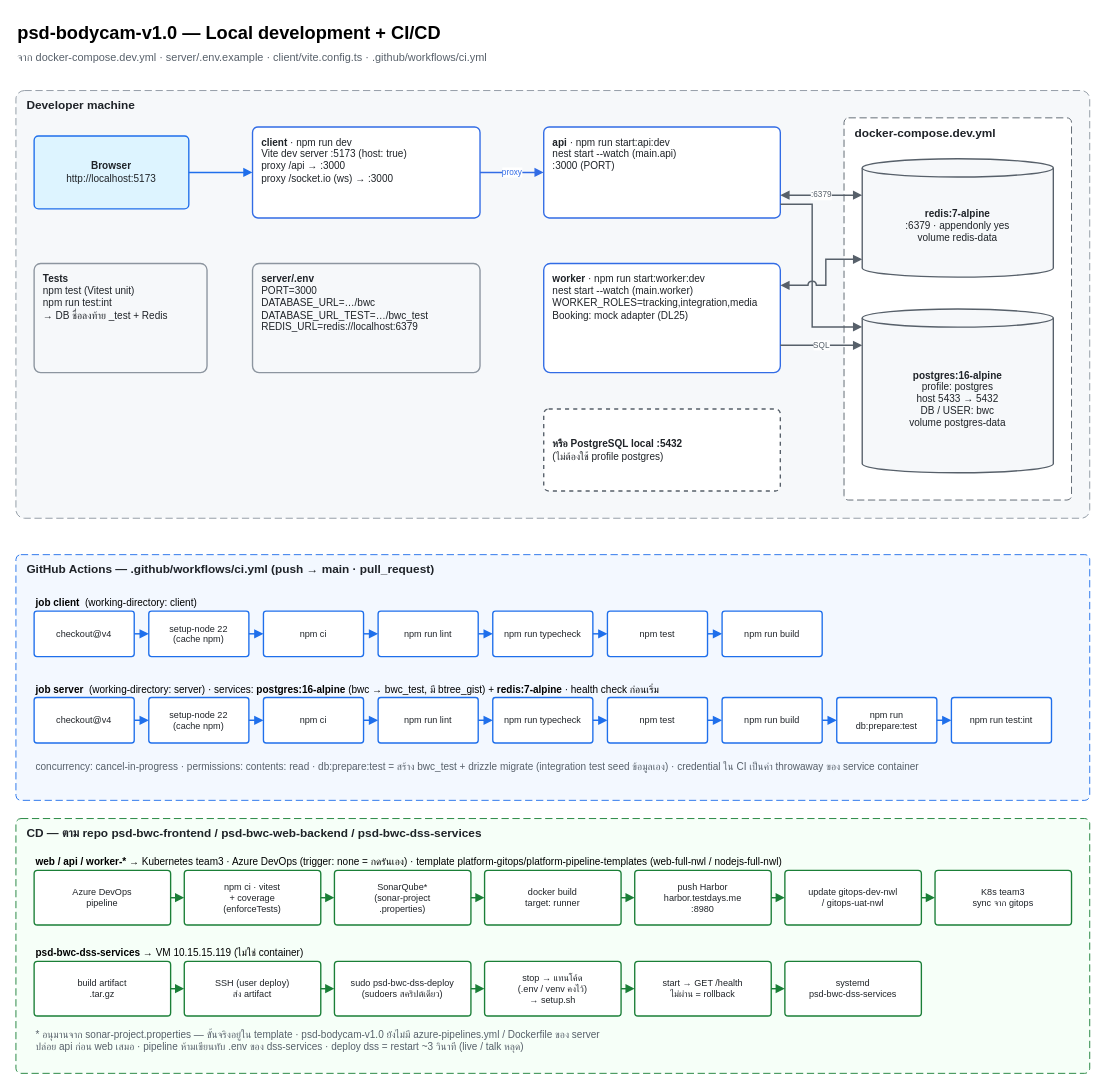
The draw.io diagram page "Local dev + CI/CD" (2 of 2) of docs/diagrams/infrastructure.drawio in b-werayut/psd-bodycam-v1.0, before the edit. Source tidied: cells renumbered, new cells numbered last; positions are measured from the earlier drawing's top-left corner, leaving out a move shared by most shapes. Both pictures are drawn from the tidied source at 91%, with x=0, y=0 at pixel (15, 15).
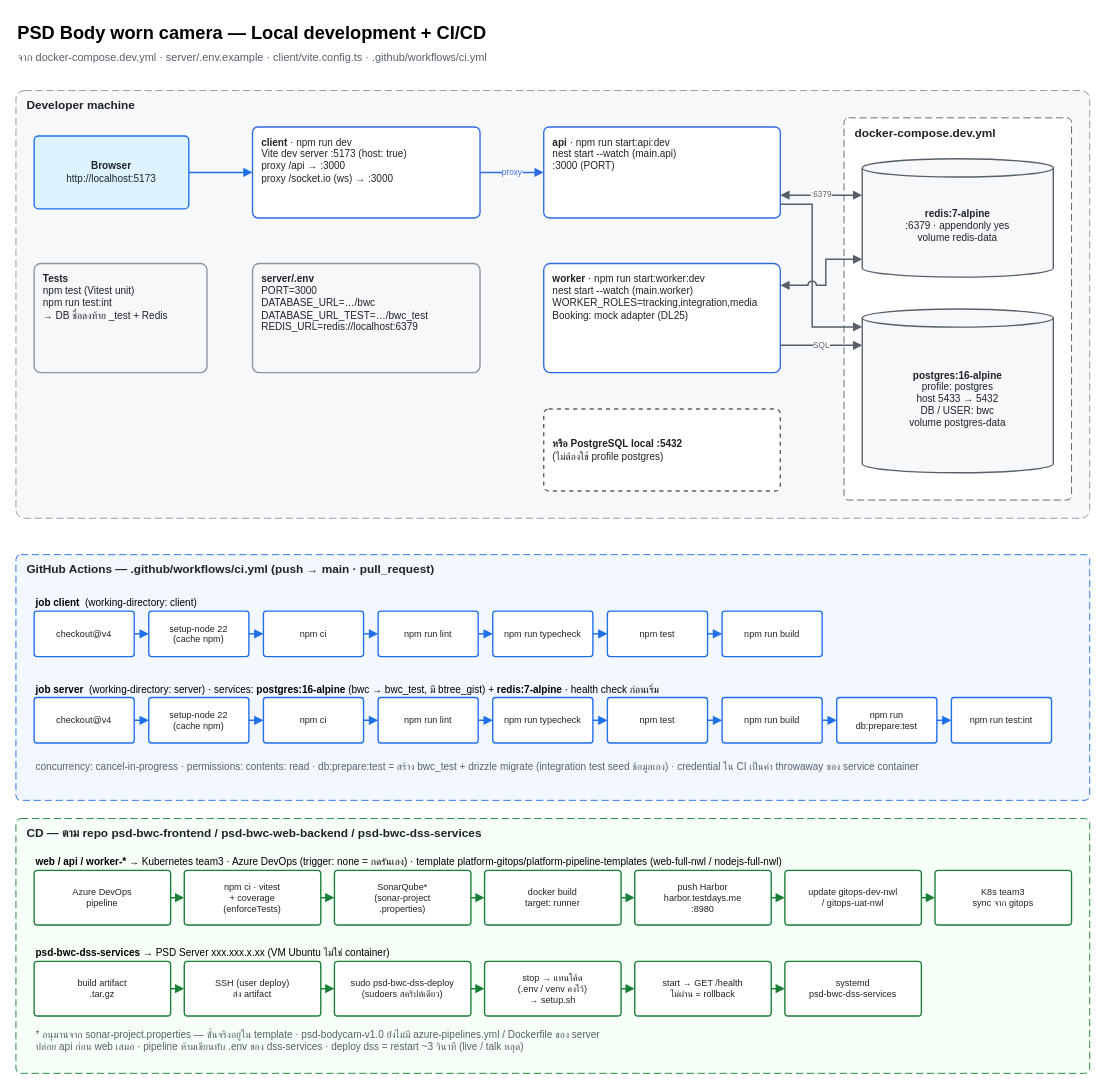
Above is the later version.

The change refers to these unchanged cells:
```xml
<mxCell id="55" value="CD — ตาม repo psd-bwc-frontend / psd-bwc-web-backend / psd-bwc-dss-services" style="rounded=1;arcSize=2;whiteSpace=wrap;html=1;dashed=1;dashPattern=8 4;verticalAlign=top;align=left;spacingLeft=10;spacingTop=2;fontStyle=1;fontSize=13;fontColor=#1F2328;fillColor=#F6FFF8;strokeColor=#1A7F37;" parent="1" vertex="1">
  <mxGeometry y="882" width="1180" height="280" as="geometry" />
</mxCell>
```

Change to the diagram source:
```diff
@@
-    <mxCell id="2" value="&lt;b&gt;psd-bodycam-v1.0 — Local development + CI/CD&lt;/b&gt;" style="text;html=1;whiteSpace=wrap;strokeColor=none;fillColor=none;align=left;verticalAlign=top;fontSize=20;" parent="1" vertex="1">
+    <mxCell id="2" value="&lt;b&gt;PSD Body worn camera — Local development + CI/CD&lt;/b&gt;" style="text;html=1;whiteSpace=wrap;strokeColor=none;fillColor=none;align=left;verticalAlign=top;fontSize=20;" parent="1" vertex="1">
       <mxGeometry width="1150" height="32" as="geometry" />
     </mxCell>
@@
-    <mxCell id="70" value="&lt;b&gt;psd-bwc-dss-services&lt;/b&gt; → VM 10.15.15.119 (ไม่ใช่ container)" style="text;html=1;whiteSpace=wrap;strokeColor=none;fillColor=none;align=left;verticalAlign=top;fontSize=11;" parent="55" vertex="1">
+    <mxCell id="70" value="&lt;b&gt;psd-bwc-dss-services&lt;/b&gt; → PSD Server xxx.xxx.x.xx (VM Ubuntu ไม่ใช่ container)" style="text;html=1;whiteSpace=wrap;strokeColor=none;fillColor=none;align=left;verticalAlign=top;fontSize=11;" parent="55" vertex="1">
       <mxGeometry x="20" y="135" width="1140" height="18" as="geometry" />
     </mxCell>
```
